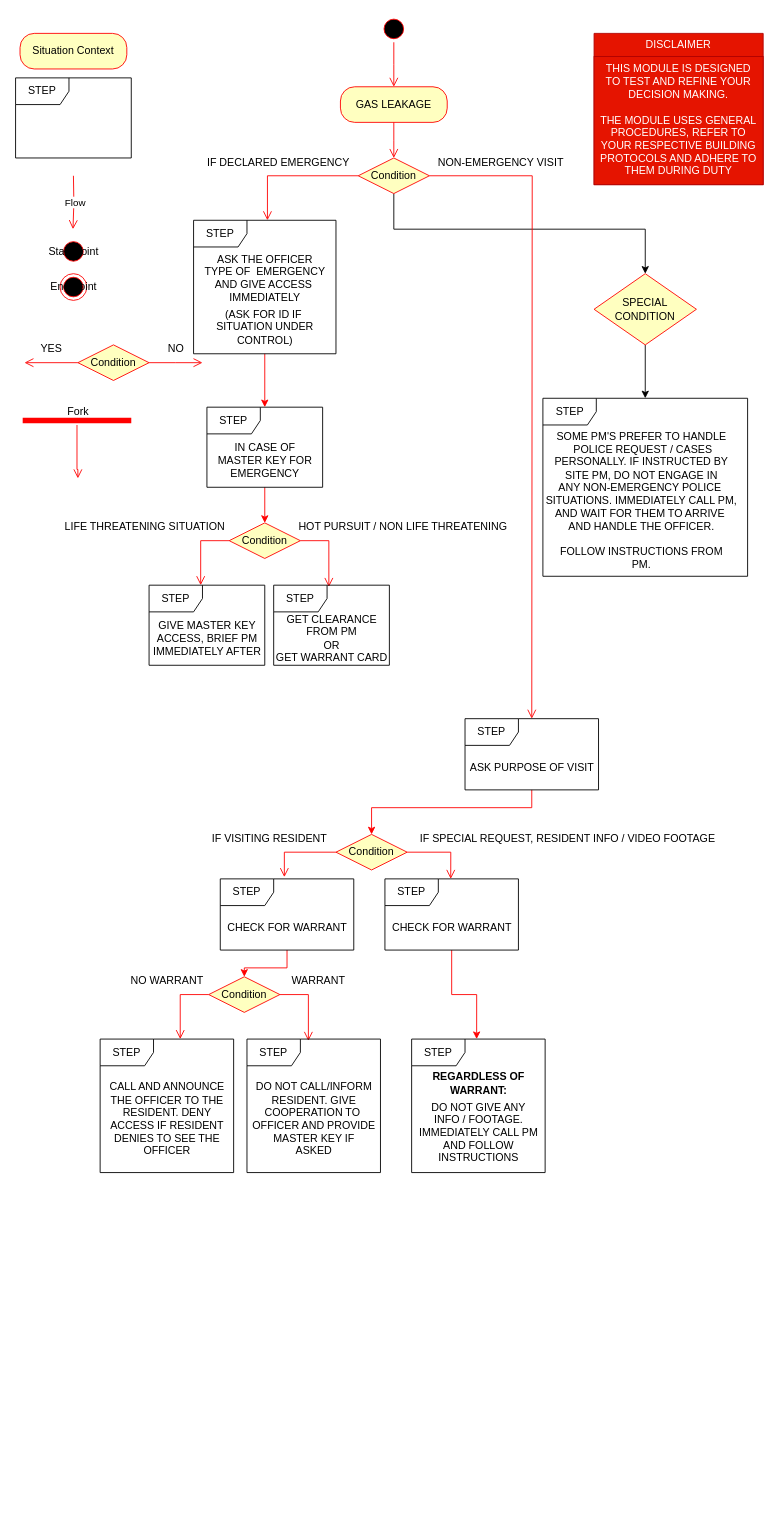
Before: MODULES/Mod 6 Procedure OFFICERS/Mod 6-1 Procedure POLICE.drawio in s-nasir/ModTrain, a draw.io diagram. Source tidied: cells renumbered, new cells numbered last; positions are measured from the earlier drawing's top-left corner, leaving out a move shared by most shapes. Both pictures are drawn from the tidied source at 89%, with x=0, y=0 at pixel (15, 15).
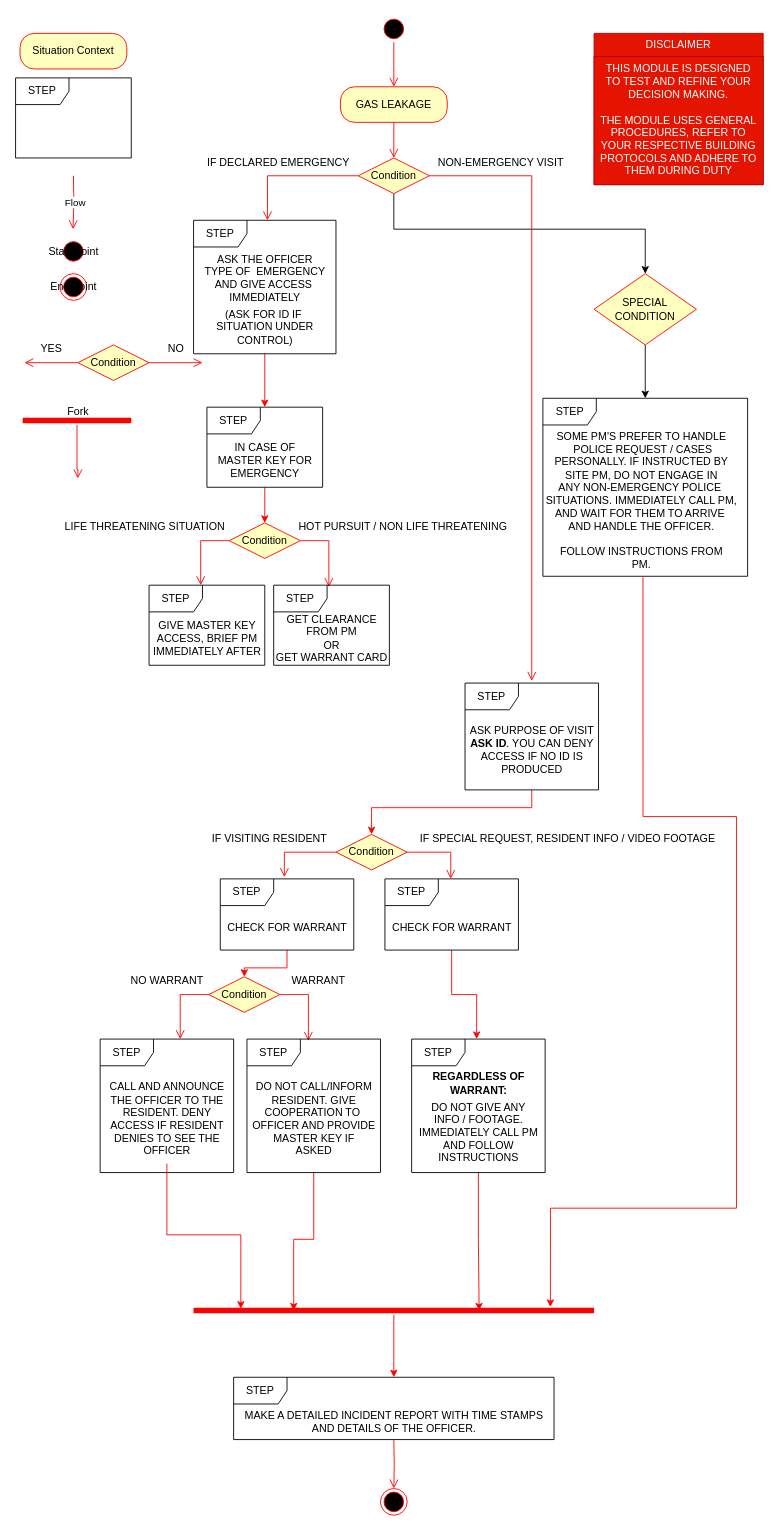
Above is the later version.

Commit message:
Updated end conditions Mod 6-1 Procedure POLICE.drawio

The change refers to these unchanged cells:
```xml
<mxCell id="25" value="Condition" style="rhombus;whiteSpace=wrap;html=1;fontColor=#000000;fillColor=#ffffc0;strokeColor=#ff0000;" parent="1" vertex="1">
  <mxGeometry x="385" y="160" width="80" height="40" as="geometry" />
</mxCell>
<mxCell id="64" value="&lt;div&gt;CALL AND ANNOUNCE &lt;br&gt;&lt;/div&gt;&lt;div&gt;THE OFFICER TO THE &lt;br&gt;&lt;/div&gt;&lt;div&gt;RESIDENT. DENY &lt;br&gt;&lt;/div&gt;&lt;div&gt;ACCESS IF RESIDENT &lt;br&gt;&lt;/div&gt;&lt;div&gt;DENIES TO SEE THE &lt;br&gt;&lt;/div&gt;&lt;div&gt;OFFICER&lt;br&gt;&lt;/div&gt;" style="text;html=1;align=center;verticalAlign=middle;points=[];strokeColor=none;fillColor=none;" parent="1" vertex="1">
  <mxGeometry x="95" y="1190" width="150" height="100" as="geometry" />
</mxCell>
<mxCell id="65" value="STEP" style="shape=umlFrame;whiteSpace=wrap;html=1;" parent="1" vertex="1">
  <mxGeometry x="260" y="1150" width="150" height="150" as="geometry" />
</mxCell>
<mxCell id="67" value="STEP" style="shape=umlFrame;whiteSpace=wrap;html=1;" parent="1" vertex="1">
  <mxGeometry x="445" y="1150" width="150" height="150" as="geometry" />
</mxCell>
<mxCell id="72" value="STEP" style="shape=umlFrame;whiteSpace=wrap;html=1;" parent="1" vertex="1">
  <mxGeometry x="592.5" y="430" width="230" height="200" as="geometry" />
</mxCell>
```

Diff of the diagram source:
```diff
@@
-    <mxCell id="26" style="edgeStyle=orthogonalEdgeStyle;html=1;align=left;verticalAlign=bottom;endArrow=open;endSize=8;strokeColor=#ff0000;rounded=0;" parent="1" edge="1" source="25">
-      <mxGeometry x="-0.25" y="10" relative="1" as="geometry">
-        <mxPoint x="580" y="790" as="targetPoint" />
-      </mxGeometry>
+    <mxCell id="26" style="edgeStyle=orthogonalEdgeStyle;html=1;align=left;verticalAlign=bottom;endArrow=open;endSize=8;strokeColor=#ff0000;rounded=0;entryX=0.5;entryY=-0.021;entryDx=0;entryDy=0;entryPerimeter=0;" parent="1" edge="1" source="25" target="41">
+      <mxGeometry x="-0.25" y="10" relative="1" as="geometry" />
     </mxCell>
@@
     <mxCell id="41" value="STEP" style="shape=umlFrame;whiteSpace=wrap;html=1;" parent="1" vertex="1">
-      <mxGeometry x="505" y="790" width="150" height="80" as="geometry" />
+      <mxGeometry x="505" y="750" width="150" height="120" as="geometry" />
     </mxCell>
@@
-    <mxCell id="46" value="ASK PURPOSE OF VISIT" style="text;html=1;align=center;verticalAlign=middle;strokeColor=none;fillColor=none;" parent="1" vertex="1">
-      <mxGeometry x="500" y="830" width="160" height="30" as="geometry" />
+    <mxCell id="46" value="&lt;div&gt;ASK PURPOSE OF VISIT&lt;/div&gt;&lt;div&gt;&lt;b&gt;ASK ID&lt;/b&gt;. YOU CAN DENY&lt;/div&gt;&lt;div&gt;ACCESS IF NO ID IS&lt;/div&gt;&lt;div&gt;PRODUCED&lt;br&gt;&lt;/div&gt;" style="text;html=1;align=center;verticalAlign=middle;strokeColor=none;fillColor=none;" parent="1" vertex="1">
+      <mxGeometry x="500" y="790" width="160" height="70" as="geometry" />
     </mxCell>
@@
+    <mxCell id="74" style="edgeStyle=orthogonalEdgeStyle;rounded=0;jettySize=auto;html=1;entryX=0.118;entryY=0.3;entryDx=0;entryDy=0;entryPerimeter=0;strokeColor=#FF0000;" parent="1" edge="1" source="64" target="79">
+      <mxGeometry relative="1" as="geometry" />
+    </mxCell>
@@
+    <mxCell id="75" style="edgeStyle=orthogonalEdgeStyle;rounded=0;jettySize=auto;html=1;entryX=0.25;entryY=0.5;entryDx=0;entryDy=0;entryPerimeter=0;strokeColor=#FF0000;" parent="1" edge="1" source="65" target="79">
+      <mxGeometry relative="1" as="geometry" />
+    </mxCell>
@@
+    <mxCell id="76" style="edgeStyle=orthogonalEdgeStyle;rounded=0;jettySize=auto;html=1;entryX=0.713;entryY=0.5;entryDx=0;entryDy=0;entryPerimeter=0;strokeColor=#FF0000;" parent="1" edge="1" source="67" target="79">
+      <mxGeometry relative="1" as="geometry" />
+    </mxCell>
@@
+    <mxCell id="77" style="edgeStyle=orthogonalEdgeStyle;rounded=0;jettySize=auto;html=1;entryX=0.891;entryY=0.1;entryDx=0;entryDy=0;entryPerimeter=0;strokeColor=#FF0000;exitX=0.489;exitY=1.005;exitDx=0;exitDy=0;exitPerimeter=0;" parent="1" edge="1" source="72" target="79">
+      <mxGeometry relative="1" as="geometry">
+        <Array as="points">
+          <mxPoint x="705" y="900" />
+          <mxPoint x="810" y="900" />
+          <mxPoint x="810" y="1340" />
+          <mxPoint x="601" y="1340" />
+        </Array>
+      </mxGeometry>
+    </mxCell>
@@
+    <mxCell id="78" style="edgeStyle=orthogonalEdgeStyle;rounded=0;jettySize=auto;html=1;strokeColor=#FF0000;" parent="1" edge="1" source="79" target="83">
+      <mxGeometry relative="1" as="geometry" />
+    </mxCell>
+    <mxCell id="79" style="shape=line;html=1;strokeWidth=6;strokeColor=#ff0000;" parent="1" vertex="1">
+      <mxGeometry x="200" y="1450" width="450" height="10" as="geometry" />
+    </mxCell>
+    <mxCell id="80" style="edgeStyle=orthogonalEdgeStyle;html=1;verticalAlign=bottom;endArrow=open;endSize=8;strokeColor=#ff0000;rounded=0;" parent="1" edge="1" target="81">
+      <mxGeometry relative="1" as="geometry">
+        <mxPoint x="425" y="1600" as="sourcePoint" />
+      </mxGeometry>
+    </mxCell>
+    <mxCell id="81" style="ellipse;html=1;shape=endState;fillColor=#000000;strokeColor=#ff0000;" parent="1" vertex="1">
+      <mxGeometry x="410" y="1655" width="30" height="30" as="geometry" />
+    </mxCell>
+    <mxCell id="82" value="MAKE A DETAILED INCIDENT REPORT WITH TIME STAMPS &lt;br&gt;AND DETAILS OF THE OFFICER." style="text;html=1;align=center;verticalAlign=middle;strokeColor=none;fillColor=none;" parent="1" vertex="1">
+      <mxGeometry x="245" y="1560" width="360" height="40" as="geometry" />
+    </mxCell>
+    <mxCell id="83" value="STEP" style="shape=umlFrame;whiteSpace=wrap;html=1;" parent="1" vertex="1">
+      <mxGeometry x="245" y="1530" width="360" height="70" as="geometry" />
+    </mxCell>
```
